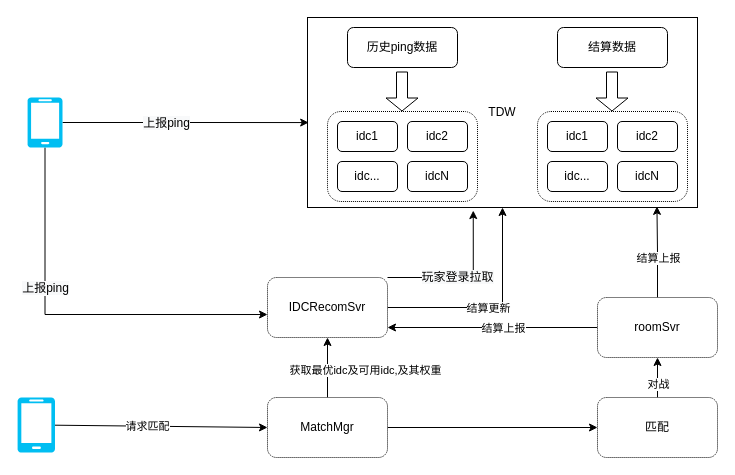
This is page "Page-1" (1 of 2) of idc选取.drawio from mbabby/draw.io.file, a draw.io file, before an edit. Source tidied: cells renumbered, new cells numbered last; positions are measured from the earlier drawing's top-left corner, leaving out a move shared by most shapes. Both pictures are drawn from the tidied source at 100%, with x=0, y=0 at pixel (17, 17).
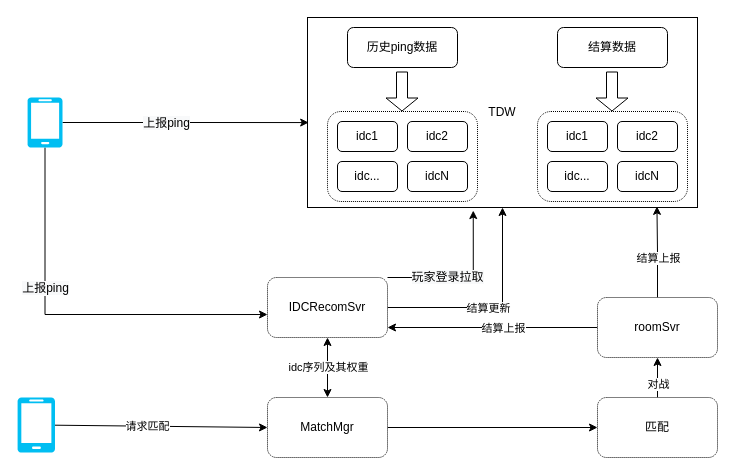
After the change.

Unchanged cells that the change refers to:
```xml
<mxCell id="25" style="edgeStyle=orthogonalEdgeStyle;rounded=0;jettySize=auto;html=1;exitX=1;exitY=0;exitDx=0;exitDy=0;entryX=0.425;entryY=1.016;entryDx=0;entryDy=0;entryPerimeter=0;" parent="1" edge="1" source="29" target="2">
  <mxGeometry relative="1" as="geometry">
    <Array as="points">
      <mxPoint x="456" y="260" />
    </Array>
  </mxGeometry>
</mxCell>
<mxCell id="29" value="IDCRecomSvr" style="rounded=1;whiteSpace=wrap;html=1;dashed=1;dashPattern=1 1;" parent="1" vertex="1">
  <mxGeometry x="250" y="260" width="120" height="60" as="geometry" />
</mxCell>
<mxCell id="33" value="MatchMgr" style="rounded=1;whiteSpace=wrap;html=1;dashed=1;dashPattern=1 1;" parent="1" vertex="1">
  <mxGeometry x="250" y="380" width="120" height="60" as="geometry" />
</mxCell>
```

Change to the diagram source:
```diff
@@
     <mxCell id="26" value="&lt;span style=&quot;font-size: 12px ; background-color: rgb(248 , 249 , 250)&quot;&gt;玩家登录拉取&lt;/span&gt;" style="edgeLabel;html=1;align=center;verticalAlign=middle;" parent="25" vertex="1">
       <mxGeometry x="0.51" y="-1" relative="1" as="geometry">
-        <mxPoint x="-17" y="29" as="offset" />
+        <mxPoint x="-27" y="29" as="offset" />
       </mxGeometry>
     </mxCell>
@@
-    <mxCell id="30" style="jettySize=auto;html=1;exitX=0.5;exitY=0;exitDx=0;exitDy=0;entryX=0.5;entryY=1;entryDx=0;entryDy=0;rounded=0;" parent="1" edge="1" source="33" target="29">
-      <mxGeometry relative="1" as="geometry" />
-    </mxCell>
-    <mxCell id="31" value="获取最优idc及可用idc,及其权重" style="edgeLabel;html=1;align=center;verticalAlign=middle;" parent="30" vertex="1">
-      <mxGeometry x="0.29" y="-3" relative="1" as="geometry">
-        <mxPoint x="34" y="11" as="offset" />
-      </mxGeometry>
-    </mxCell>
@@
+    <mxCell id="30" style="endArrow=classic;startArrow=classic;html=1;entryX=0.5;entryY=1;entryDx=0;entryDy=0;exitX=0.5;exitY=0;exitDx=0;exitDy=0;" parent="1" edge="1" source="33" target="29">
+      <mxGeometry relative="1" as="geometry" />
+    </mxCell>
+    <mxCell id="45" value="idc序列及其权重" style="edgeLabel;html=1;align=center;verticalAlign=middle;" parent="30" vertex="1">
+      <mxGeometry x="0.32" y="2" relative="1" as="geometry">
+        <mxPoint x="2" y="9" as="offset" />
+      </mxGeometry>
+    </mxCell>
```
